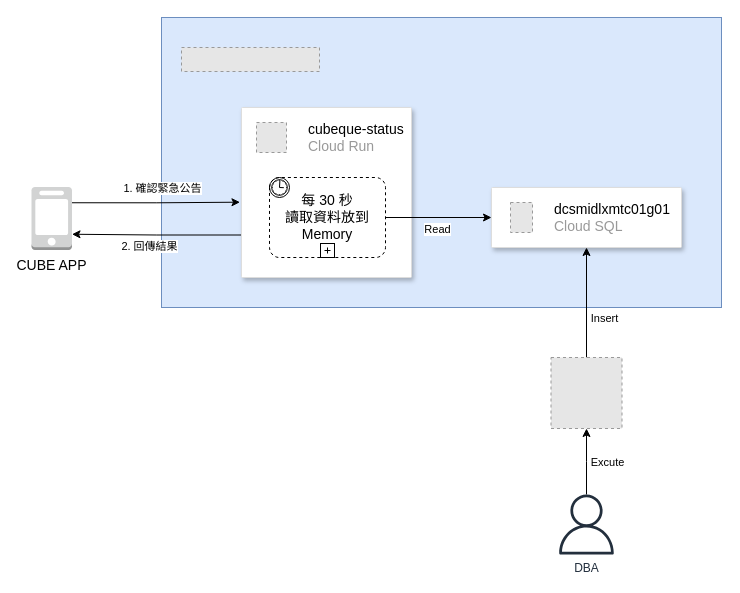
Above: bbb.drawio in JaeyoLin/draw.io (draw.io), before the change. Source tidied: cells renumbered, new cells numbered last; positions are measured from the earlier drawing's top-left corner, leaving out a move shared by most shapes. Both pictures are drawn from the tidied source at 100%, with x=0, y=0 at pixel (31, 17). Pictures stored in the file or linked from it are replaced by grey dashed boxes.
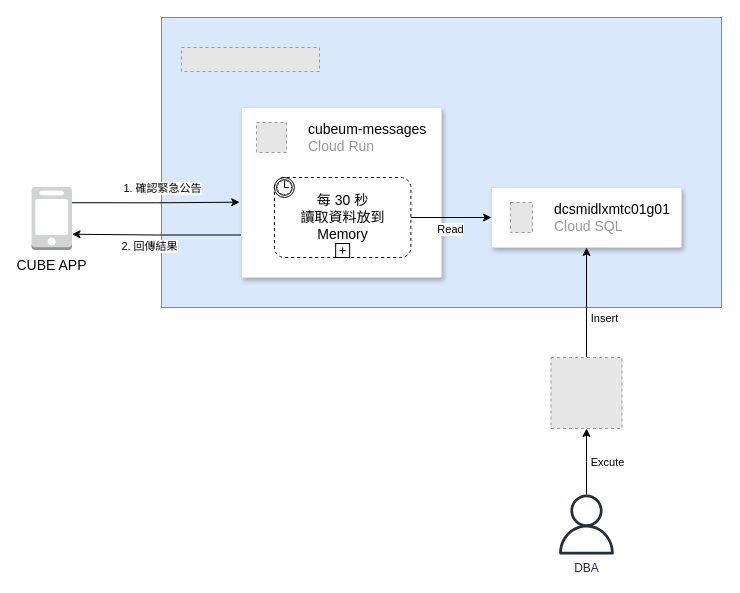
After the change.

The edit, as a diff of the source:
```diff
@@
     <mxCell id="8" style="strokeColor=#dddddd;shadow=1;strokeWidth=1;rounded=1;absoluteArcSize=1;arcSize=2;fontSize=14;" parent="1" vertex="1">
-      <mxGeometry x="210" y="90" width="170" height="170" as="geometry" />
+      <mxGeometry x="210" y="90" width="200" height="170" as="geometry" />
     </mxCell>
-    <mxCell id="9" value="&lt;font style=&quot;font-size: 14px;&quot;&gt;&lt;font style=&quot;font-size: 14px;&quot; color=&quot;#000000&quot;&gt;cubeque-status&lt;/font&gt;&lt;br&gt;Cloud Run&lt;/font&gt;" style="fillColor=#E6E6E6;strokeColor=#999999;dashed=1;html=1;fontColor=#999999;verticalLabelPosition=middle;labelBackgroundColor=#ffffff;verticalAlign=middle;labelPosition=right;align=left;spacingLeft=20;" parent="8" vertex="1">
+    <mxCell id="9" value="&lt;font style=&quot;font-size: 14px;&quot;&gt;&lt;font style=&quot;font-size: 14px;&quot; color=&quot;#000000&quot;&gt;cubeum-messages&lt;/font&gt;&lt;br&gt;Cloud Run&lt;/font&gt;" style="fillColor=#E6E6E6;strokeColor=#999999;dashed=1;html=1;fontColor=#999999;verticalLabelPosition=middle;labelBackgroundColor=#ffffff;verticalAlign=middle;labelPosition=right;align=left;spacingLeft=20;" parent="8" vertex="1">
       <mxGeometry width="30" height="30" relative="1" as="geometry">
         <mxPoint x="15" y="15" as="offset" />
       </mxGeometry>
     </mxCell>
     <mxCell id="10" value="&lt;font style=&quot;font-size: 14px;&quot;&gt;每 30 秒&lt;br&gt;讀取資料放到&lt;br&gt;Memory&lt;br&gt;&lt;/font&gt;" style="points=[[0.25,0,0],[0.5,0,0],[0.75,0,0],[1,0.25,0],[1,0.5,0],[1,0.75,0],[0.75,1,0],[0.5,1,0],[0.25,1,0],[0,0.75,0],[0,0.5,0],[0,0.25,0]];shape=mxgraph.bpmn.task;whiteSpace=wrap;rectStyle=rounded;size=10;html=1;taskMarker=abstract;bpmnShapeType=subprocess;isLoopSub=1;outline=eventInt;symbol=timer;" parent="8" vertex="1">
-      <mxGeometry x="28" y="70" width="116" height="80" as="geometry" />
+      <mxGeometry x="32.9" y="70" width="136.5" height="80" as="geometry" />
     </mxCell>
```
